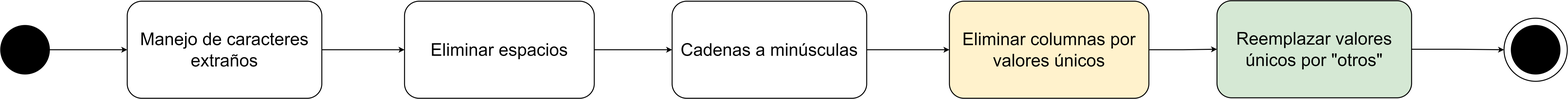
Before: figuras/capi 2/preprocesado/string preprocs.drawio.png, a diagram exported from draw.io (jennyanez/thesis-automl). Source tidied: cells renumbered, new cells last; positions are measured from the earlier drawing's top-left corner, leaving out a move shared by most shapes.
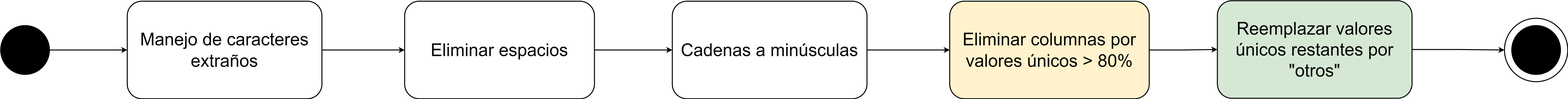
The same diagram one commit later.

Change to the diagram source:
```diff
@@ -29,13 +29,13 @@
     <mxCell id="10" style="edgeStyle=orthogonalEdgeStyle;rounded=0;jettySize=auto;html=1;strokeWidth=2;" parent="1" edge="1" source="11" target="13">
       <mxGeometry relative="1" as="geometry" />
     </mxCell>
-    <mxCell id="11" value="&lt;font style=&quot;font-size: 36px;&quot;&gt;Eliminar columnas por valores únicos&lt;/font&gt;" style="whiteSpace=wrap;html=1;fillColor=#fff2cc;rounded=1;strokeWidth=2;strokeColor=default;" parent="1" vertex="1">
+    <mxCell id="11" value="&lt;font style=&quot;font-size: 36px;&quot;&gt;Eliminar columnas por valores únicos &amp;gt; 80%&lt;/font&gt;" style="whiteSpace=wrap;html=1;fillColor=#fff2cc;rounded=1;strokeWidth=2;strokeColor=default;" parent="1" vertex="1">
       <mxGeometry x="1950" y="1" width="410" height="200" as="geometry" />
     </mxCell>
     <mxCell id="12" style="edgeStyle=orthogonalEdgeStyle;rounded=0;jettySize=auto;html=1;exitX=1;exitY=0.5;exitDx=0;exitDy=0;entryX=0;entryY=0.5;entryDx=0;entryDy=0;strokeWidth=2;" parent="1" edge="1" source="13" target="15">
       <mxGeometry relative="1" as="geometry" />
     </mxCell>
-    <mxCell id="13" value="&lt;font style=&quot;font-size: 36px;&quot;&gt;Reemplazar valores únicos por &quot;otros&quot;&lt;/font&gt;" style="whiteSpace=wrap;html=1;fillColor=#d5e8d4;rounded=1;strokeWidth=2;strokeColor=default;" parent="1" vertex="1">
+    <mxCell id="13" value="&lt;font style=&quot;font-size: 36px;&quot;&gt;Reemplazar valores únicos restantes por &quot;otros&quot;&lt;/font&gt;" style="whiteSpace=wrap;html=1;fillColor=#d5e8d4;rounded=1;strokeWidth=2;strokeColor=default;" parent="1" vertex="1">
       <mxGeometry x="2500" width="400" height="200" as="geometry" />
     </mxCell>
     <mxCell id="14" style="ellipse;whiteSpace=wrap;html=1;fillColor=#000000;gradientColor=default;strokeWidth=2;" parent="1" vertex="1">
```
